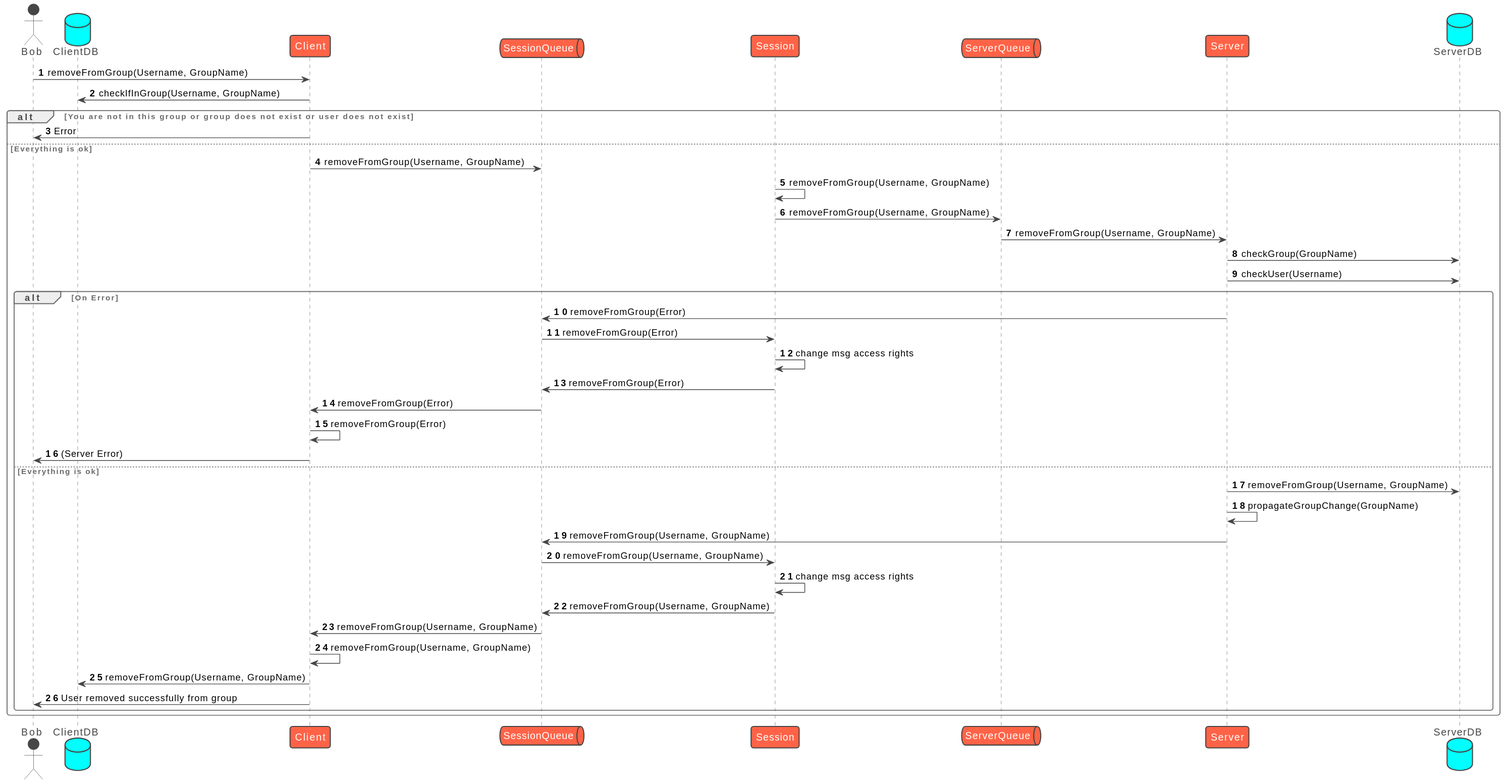
The PlantUML diagram out/removeFriend.svg in mchlebosz/IPC-Chat-Service, before a commit.
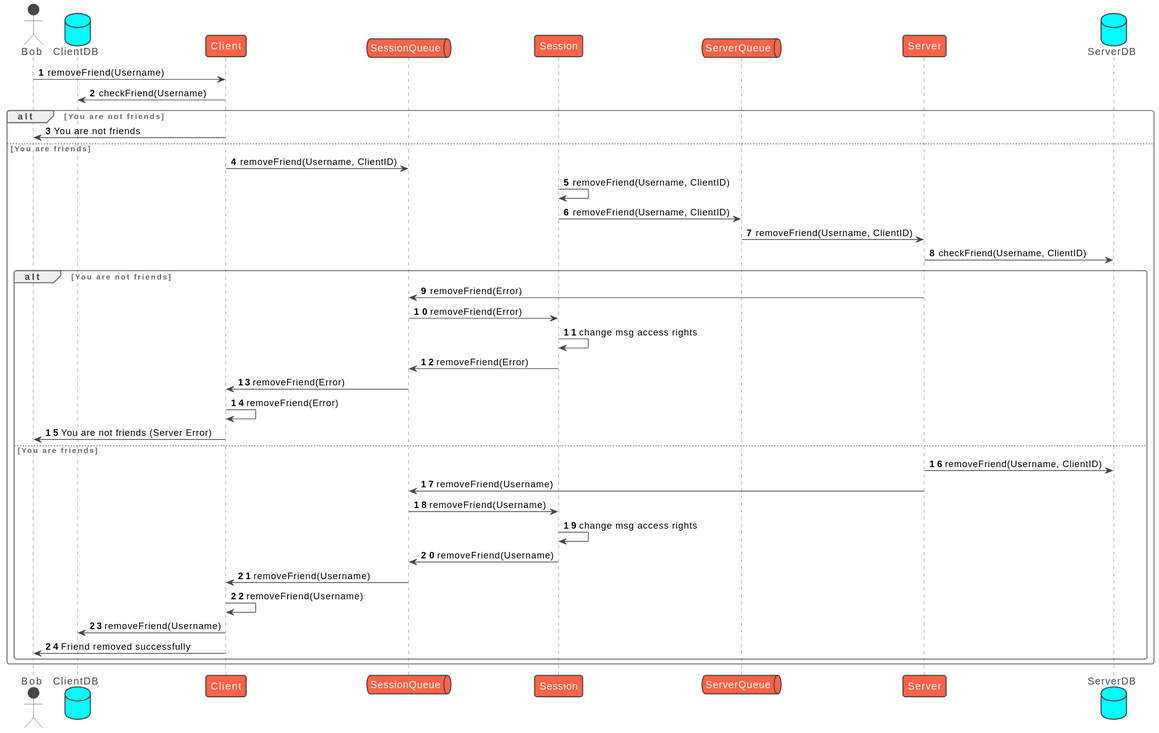
The same diagram one commit later.

Diff of the diagram source:
```diff
@@ -1,6 +1,5 @@
 @startuml
 !theme vibrant from https://raw.githubusercontent.com/plantuml/plantuml/master/themes
-autonumber
 
 
 actor Bob as User
@@ -12,36 +11,36 @@
 participant Server
 database ServerDB
 
-User -> Client : removeFromGroup(Username, GroupName)
-Client -> ClientDB : checkIfInGroup(Username, GroupName)
-alt You are not in this group or group does not exist or user does not exist
-    Client -> User : Error
-else Everything is ok
-    Client -> SessionQueue : removeFromGroup(Username, GroupName)
-    Session -> Session : removeFromGroup(Username, GroupName)
-    Session -> ServerQueue : removeFromGroup(Username, GroupName)
-    ServerQueue -> Server : removeFromGroup(Username, GroupName)
-    Server -> ServerDB : checkGroup(GroupName)
-    Server -> ServerDB : checkUser(Username)
-    alt On Error
-        Server -> SessionQueue : removeFromGroup(Error)
-        SessionQueue -> Session : removeFromGroup(Error)
+autonumber
+
+User -> Client : removeFriend(Username)
+Client -> ClientDB : checkFriend(Username)
+alt You are not friends
+    Client -> User : You are not friends
+else You are friends
+    Client -> SessionQueue : removeFriend(Username, ClientID)
+    Session -> Session : removeFriend(Username, ClientID)
+    Session -> ServerQueue : removeFriend(Username, ClientID)
+    Server <- ServerQueue : removeFriend(Username, ClientID)
+    Server -> ServerDB : checkFriend(Username, ClientID)
+    alt You are not friends
+        Server -> SessionQueue : removeFriend(Error)
+        SessionQueue -> Session : removeFriend(Error)
         Session -> Session : change msg access rights
-        Session -> SessionQueue : removeFromGroup(Error)
-        SessionQueue -> Client : removeFromGroup(Error)
-        Client -> Client : removeFromGroup(Error)
-        Client -> User : (Server Error)
-    else Everything is ok
-        Server -> ServerDB : removeFromGroup(Username, GroupName)
-        Server -> Server: propagateGroupChange(GroupName)
-        Server -> SessionQueue : removeFromGroup(Username, GroupName)
-        Session <- SessionQueue : removeFromGroup(Username, GroupName)
+        Session -> SessionQueue : removeFriend(Error)
+        SessionQueue -> Client : removeFriend(Error)
+        Client -> Client : removeFriend(Error)
+        Client -> User : You are not friends (Server Error)
+    else You are friends
+        Server -> ServerDB : removeFriend(Username, ClientID)
+        Server -> SessionQueue : removeFriend(Username)
+        Session <- SessionQueue : removeFriend(Username)
         Session -> Session : change msg access rights
-        Session -> SessionQueue : removeFromGroup(Username, GroupName)
-        SessionQueue -> Client : removeFromGroup(Username, GroupName)
-        Client -> Client : removeFromGroup(Username, GroupName)
-        Client -> ClientDB : removeFromGroup(Username, GroupName)
-        Client -> User : User removed successfully from group
+        Session -> SessionQueue : removeFriend(Username)
+        SessionQueue -> Client : removeFriend(Username)
+        Client -> Client : removeFriend(Username)
+        Client -> ClientDB : removeFriend(Username)
+        Client -> User : Friend removed successfully
     end
 end
 @enduml
```
